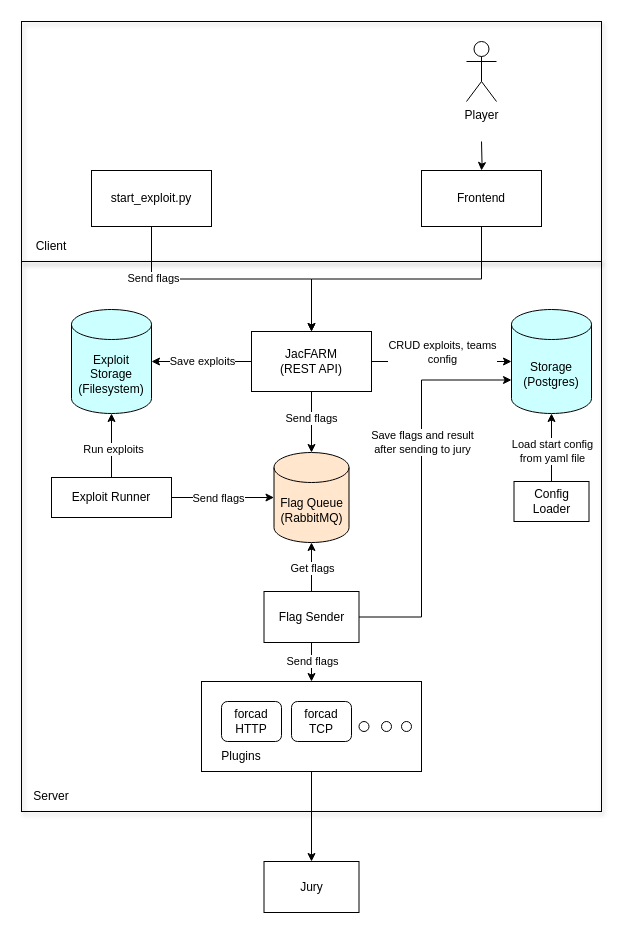
Before: docs/diagram.drawio in Jacute/JacFARM, a draw.io diagram. Source tidied: cells renumbered, new cells numbered last; positions are measured from the earlier drawing's top-left corner, leaving out a move shared by most shapes. Both pictures are drawn from the tidied source at 100%, with x=0, y=0 at pixel (21, 21).
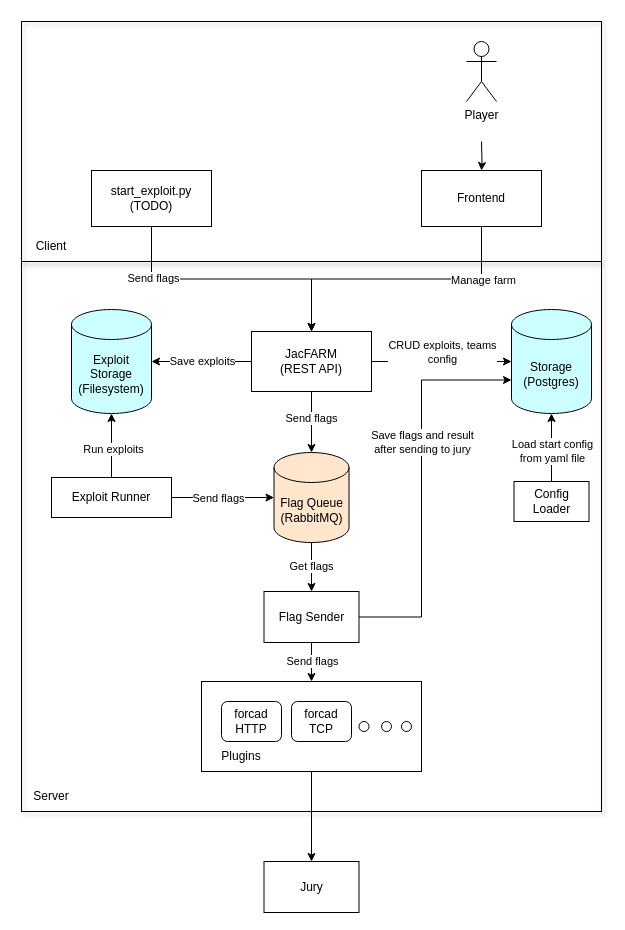
The same page after the edit.

The change refers to these unchanged cells:
```xml
<mxCell id="6" value="Flag Sender" style="rounded=0;whiteSpace=wrap;html=1;" parent="1" vertex="1">
  <mxGeometry x="242.5" y="570" width="95" height="51" as="geometry" />
</mxCell>
<mxCell id="28" style="edgeStyle=orthogonalEdgeStyle;rounded=0;jettySize=auto;html=1;entryX=0.5;entryY=0;entryDx=0;entryDy=0;exitX=0.5;exitY=1;exitDx=0;exitDy=0;" parent="1" edge="1" source="29" target="14">
  <mxGeometry relative="1" as="geometry" />
</mxCell>
<mxCell id="35" value="Flag Queue&lt;br&gt;(RabbitMQ)" style="shape=cylinder3;whiteSpace=wrap;html=1;boundedLbl=1;backgroundOutline=1;size=15;fillColor=#FFE6CC;" parent="1" vertex="1">
  <mxGeometry x="252.5" y="431" width="75" height="90" as="geometry" />
</mxCell>
```

The edit, as a diff of the source:
```diff
@@
-    <mxCell id="9" value="start_exploit.py" style="rounded=0;whiteSpace=wrap;html=1;" parent="1" vertex="1">
+    <mxCell id="9" value="start_exploit.py&lt;br&gt;(TODO)" style="rounded=0;whiteSpace=wrap;html=1;" parent="1" vertex="1">
       <mxGeometry x="70" y="149" width="120" height="56" as="geometry" />
     </mxCell>
@@
+    <mxCell id="47" value="Manage farm" style="edgeLabel;html=1;align=center;verticalAlign=middle;" parent="28" vertex="1">
+      <mxGeometry x="-0.62" y="-1" relative="1" as="geometry">
+        <mxPoint x="2" y="1" as="offset" />
+      </mxGeometry>
+    </mxCell>
@@
-    <mxCell id="40" style="edgeStyle=orthogonalEdgeStyle;rounded=0;jettySize=auto;html=1;entryX=0.5;entryY=1;entryDx=0;entryDy=0;entryPerimeter=0;" parent="1" edge="1" source="6" target="35">
-      <mxGeometry relative="1" as="geometry" />
-    </mxCell>
-    <mxCell id="41" value="Get flags" style="edgeLabel;html=1;align=center;verticalAlign=middle;" parent="40" vertex="1">
-      <mxGeometry x="-0.03" relative="1" as="geometry" />
-    </mxCell>
@@
+    <mxCell id="48" style="endArrow=classic;html=1;rounded=0;entryX=0.5;entryY=0;entryDx=0;entryDy=0;exitX=0.5;exitY=1;exitDx=0;exitDy=0;exitPerimeter=0;" parent="1" edge="1" source="35" target="6">
+      <mxGeometry relative="1" as="geometry" />
+    </mxCell>
+    <mxCell id="41" value="Get flags" style="edgeLabel;html=1;align=center;verticalAlign=middle;" parent="48" vertex="1">
+      <mxGeometry x="-0.05" y="-1" relative="1" as="geometry" />
+    </mxCell>
```
